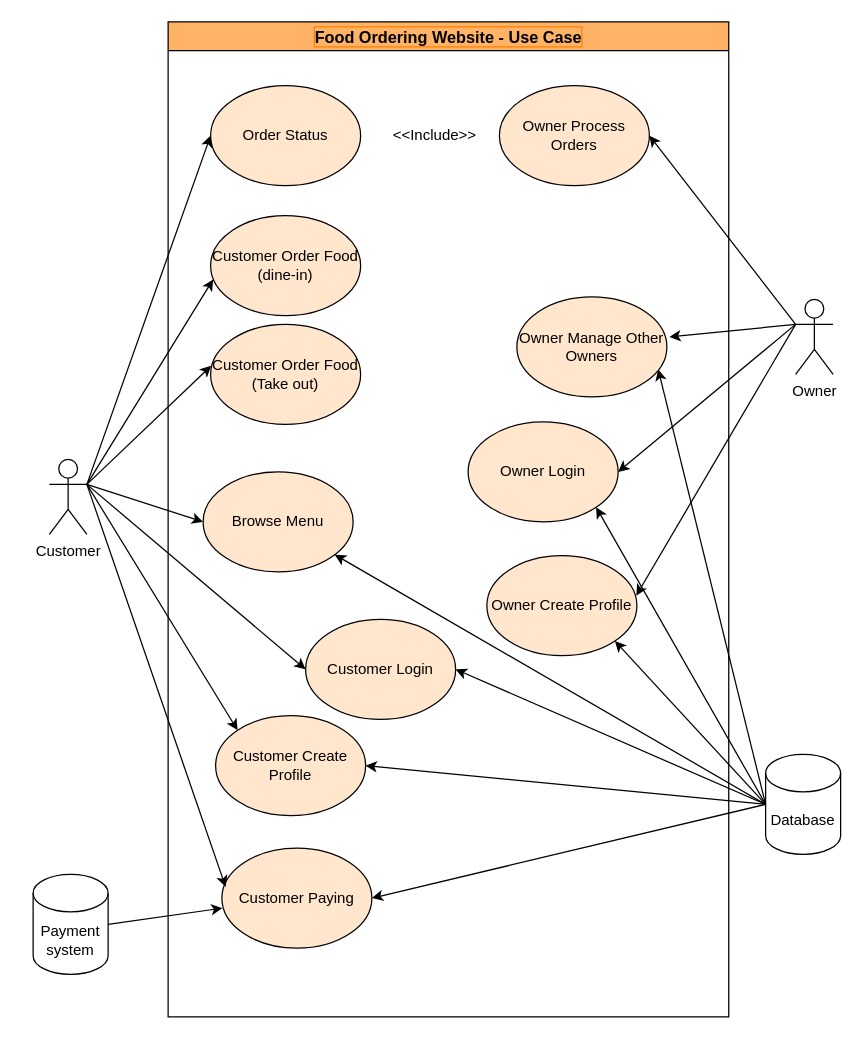
This is diagrams/Use Case diagram.drawio from Deep12345qe/Restauraunt-Website, a draw.io file, before an edit. Source tidied: cells renumbered, new cells numbered last; positions are measured from the earlier drawing's top-left corner, leaving out a move shared by most shapes. Both pictures are drawn from the tidied source at 125%, with x=0, y=0 at pixel (32, 21).
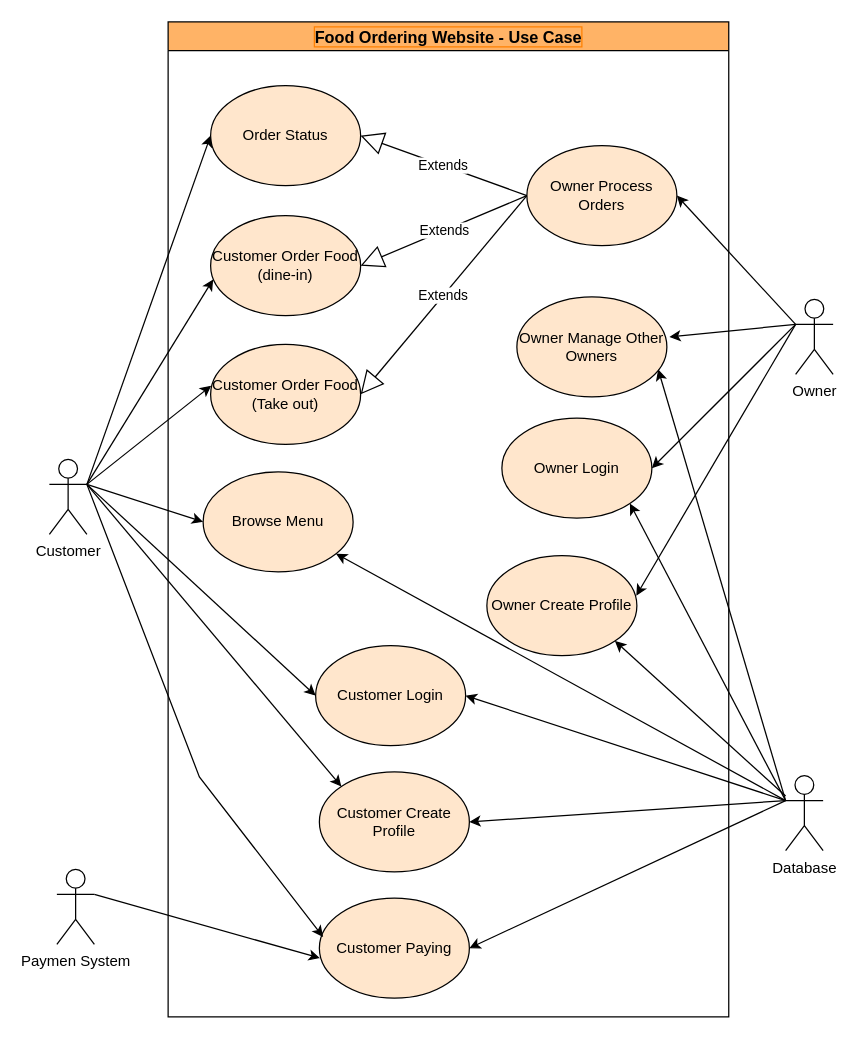
After the change.

The change refers to these unchanged cells:
```xml
<mxCell id="2" value="Customer" style="shape=umlActor;verticalLabelPosition=bottom;verticalAlign=top;outlineConnect=0;html=1;rounded=0;" parent="1" vertex="1">
  <mxGeometry x="13" y="350" width="30" height="60" as="geometry" />
</mxCell>
<mxCell id="9" value="Food Ordering Website - Use Case" style="swimlane;labelBackgroundColor=none;labelBorderColor=#FF8000;strokeColor=default;fontSize=13;fontColor=#000000;fillColor=#FFB366;html=1;" parent="1" vertex="1">
  <mxGeometry x="108" width="448.5" height="796" as="geometry" />
</mxCell>
<mxCell id="11" value="Customer Order Food (dine-in)" style="ellipse;whiteSpace=wrap;html=1;labelBackgroundColor=none;rounded=0;fillColor=#ffe6cc;strokeColor=default;" parent="9" vertex="1">
  <mxGeometry x="34" y="155" width="120" height="80" as="geometry" />
</mxCell>
<mxCell id="16" value="Owner Create Profile" style="ellipse;whiteSpace=wrap;html=1;labelBackgroundColor=none;rounded=0;fillColor=#ffe6cc;strokeColor=default;" parent="9" vertex="1">
  <mxGeometry x="255" y="427" width="120" height="80" as="geometry" />
</mxCell>
<mxCell id="17" value="Owner Manage Other Owners" style="ellipse;whiteSpace=wrap;html=1;labelBackgroundColor=none;rounded=0;fillColor=#ffe6cc;strokeColor=default;" parent="9" vertex="1">
  <mxGeometry x="279" y="220" width="120" height="80" as="geometry" />
</mxCell>
<mxCell id="19" value="Order Status" style="ellipse;whiteSpace=wrap;html=1;labelBackgroundColor=none;rounded=0;fillColor=#ffe6cc;strokeColor=default;" parent="9" vertex="1">
  <mxGeometry x="34" y="51" width="120" height="80" as="geometry" />
</mxCell>
<mxCell id="20" value="Browse Menu" style="ellipse;whiteSpace=wrap;html=1;labelBackgroundColor=none;rounded=0;fillColor=#ffe6cc;strokeColor=default;" parent="9" vertex="1">
  <mxGeometry x="28" y="360" width="120" height="80" as="geometry" />
</mxCell>
```

Change to the diagram source:
```diff
@@
     <mxCell id="10" value="Customer Order Food (Take out)" style="ellipse;whiteSpace=wrap;html=1;labelBackgroundColor=none;rounded=0;fillColor=#ffe6cc;strokeColor=default;" parent="9" vertex="1">
-      <mxGeometry x="34" y="242" width="120" height="80" as="geometry" />
+      <mxGeometry x="34" y="258" width="120" height="80" as="geometry" />
     </mxCell>
@@
     <mxCell id="12" value="Customer Create Profile" style="ellipse;whiteSpace=wrap;html=1;labelBackgroundColor=none;rounded=0;fillColor=#ffe6cc;strokeColor=default;" parent="9" vertex="1">
-      <mxGeometry x="38" y="555" width="120" height="80" as="geometry" />
+      <mxGeometry x="121" y="600" width="120" height="80" as="geometry" />
     </mxCell>
     <mxCell id="13" value="Customer Login" style="ellipse;whiteSpace=wrap;html=1;labelBackgroundColor=none;rounded=0;fillColor=#ffe6cc;strokeColor=default;" parent="9" vertex="1">
-      <mxGeometry x="110" y="478" width="120" height="80" as="geometry" />
+      <mxGeometry x="118" y="499" width="120" height="80" as="geometry" />
     </mxCell>
     <mxCell id="14" value="Customer Paying" style="ellipse;whiteSpace=wrap;html=1;labelBackgroundColor=none;rounded=0;fillColor=#ffe6cc;strokeColor=default;" parent="9" vertex="1">
-      <mxGeometry x="43" y="661" width="120" height="80" as="geometry" />
+      <mxGeometry x="121" y="701" width="120" height="80" as="geometry" />
     </mxCell>
     <mxCell id="15" value="Owner Login" style="ellipse;whiteSpace=wrap;html=1;labelBackgroundColor=none;rounded=0;fillColor=#ffe6cc;strokeColor=default;" parent="9" vertex="1">
-      <mxGeometry x="240" y="320" width="120" height="80" as="geometry" />
+      <mxGeometry x="267" y="317" width="120" height="80" as="geometry" />
     </mxCell>
@@
     <mxCell id="18" value="Owner Process Orders" style="ellipse;whiteSpace=wrap;html=1;labelBackgroundColor=none;rounded=0;fillColor=#ffe6cc;strokeColor=default;" parent="9" vertex="1">
-      <mxGeometry x="265" y="51" width="120" height="80" as="geometry" />
+      <mxGeometry x="287" y="99" width="120" height="80" as="geometry" />
     </mxCell>
@@
-    <mxCell id="21" value="&amp;lt;&amp;lt;Include&amp;gt;&amp;gt;" style="text;html=1;align=center;verticalAlign=middle;strokeColor=none;fillColor=none;rounded=0;" parent="9" vertex="1">
-      <mxGeometry x="168" y="76" width="90" height="30" as="geometry" />
-    </mxCell>
-    <mxCell id="22" value="Database" style="shape=cylinder3;whiteSpace=wrap;html=1;boundedLbl=1;backgroundOutline=1;size=15;" parent="1" vertex="1">
-      <mxGeometry x="586" y="586" width="60" height="80" as="geometry" />
-    </mxCell>
-    <mxCell id="23" value="Payment system" style="shape=cylinder3;whiteSpace=wrap;html=1;boundedLbl=1;backgroundOutline=1;size=15;" parent="1" vertex="1">
-      <mxGeometry y="682" width="60" height="80" as="geometry" />
-    </mxCell>
+    <mxCell id="38" value="Extends" style="endArrow=block;endSize=16;endFill=0;html=1;rounded=0;exitX=0;exitY=0.5;exitDx=0;exitDy=0;entryX=1;entryY=0.5;entryDx=0;entryDy=0;" parent="9" edge="1" source="18" target="19">
+      <mxGeometry relative="1" as="geometry" />
+    </mxCell>
+    <mxCell id="39" value="Extends" style="endArrow=block;endSize=16;endFill=0;html=1;rounded=0;exitX=0;exitY=0.5;exitDx=0;exitDy=0;entryX=1;entryY=0.5;entryDx=0;entryDy=0;" parent="9" edge="1" source="18" target="11">
+      <mxGeometry relative="1" as="geometry" />
+    </mxCell>
+    <mxCell id="40" value="Extends" style="endArrow=block;endSize=16;endFill=0;html=1;rounded=0;exitX=0;exitY=0.5;exitDx=0;exitDy=0;entryX=1;entryY=0.5;entryDx=0;entryDy=0;" parent="9" edge="1" source="18" target="10">
+      <mxGeometry relative="1" as="geometry" />
+    </mxCell>
@@
-    <mxCell id="25" style="endArrow=classic;html=1;rounded=0;exitX=1;exitY=0.5;exitDx=0;exitDy=0;exitPerimeter=0;entryX=0.004;entryY=0.6;entryDx=0;entryDy=0;entryPerimeter=0;" parent="1" edge="1" source="23" target="14">
+    <mxCell id="25" style="endArrow=classic;html=1;rounded=0;exitX=1;exitY=0.3333333333333333;exitDx=0;exitDy=0;exitPerimeter=0;entryX=0.004;entryY=0.6;entryDx=0;entryDy=0;entryPerimeter=0;" parent="1" edge="1" source="41" target="14">
       <mxGeometry relative="1" as="geometry" />
     </mxCell>
@@
     <mxCell id="30" style="endArrow=classic;html=1;rounded=0;entryX=0.025;entryY=0.388;entryDx=0;entryDy=0;exitX=1;exitY=0.3333333333333333;exitDx=0;exitDy=0;exitPerimeter=0;entryPerimeter=0;" parent="1" edge="1" source="2" target="14">
-      <mxGeometry relative="1" as="geometry" />
+      <mxGeometry relative="1" as="geometry">
+        <Array as="points">
+          <mxPoint x="133" y="604" />
+        </Array>
+      </mxGeometry>
     </mxCell>
-    <mxCell id="31" style="endArrow=classic;html=1;rounded=0;exitX=0;exitY=0.5;exitDx=0;exitDy=0;exitPerimeter=0;entryX=1;entryY=0.5;entryDx=0;entryDy=0;" parent="1" edge="1" source="22" target="14">
+    <mxCell id="31" style="endArrow=classic;html=1;rounded=0;exitX=0;exitY=0.3333333333333333;exitDx=0;exitDy=0;exitPerimeter=0;entryX=1;entryY=0.5;entryDx=0;entryDy=0;" parent="1" edge="1" source="22" target="14">
       <mxGeometry relative="1" as="geometry" />
     </mxCell>
-    <mxCell id="32" style="endArrow=classic;html=1;rounded=0;exitX=0;exitY=0.5;exitDx=0;exitDy=0;exitPerimeter=0;" parent="1" edge="1" source="22" target="20">
+    <mxCell id="32" style="endArrow=classic;html=1;rounded=0;exitX=0;exitY=0.3333333333333333;exitDx=0;exitDy=0;exitPerimeter=0;" parent="1" edge="1" source="22" target="20">
       <mxGeometry relative="1" as="geometry" />
     </mxCell>
-    <mxCell id="33" style="endArrow=classic;html=1;rounded=0;exitX=0;exitY=0.5;exitDx=0;exitDy=0;exitPerimeter=0;entryX=1;entryY=0.5;entryDx=0;entryDy=0;" parent="1" edge="1" source="22" target="13">
+    <mxCell id="33" style="endArrow=classic;html=1;rounded=0;exitX=0;exitY=0.3333333333333333;exitDx=0;exitDy=0;exitPerimeter=0;entryX=1;entryY=0.5;entryDx=0;entryDy=0;" parent="1" edge="1" source="22" target="13">
       <mxGeometry relative="1" as="geometry" />
     </mxCell>
-    <mxCell id="34" style="endArrow=classic;html=1;rounded=0;exitX=0;exitY=0.5;exitDx=0;exitDy=0;exitPerimeter=0;entryX=1;entryY=0.5;entryDx=0;entryDy=0;" parent="1" edge="1" source="22" target="12">
+    <mxCell id="34" style="endArrow=classic;html=1;rounded=0;exitX=0;exitY=0.3333333333333333;exitDx=0;exitDy=0;exitPerimeter=0;entryX=1;entryY=0.5;entryDx=0;entryDy=0;" parent="1" edge="1" source="22" target="12">
       <mxGeometry relative="1" as="geometry" />
     </mxCell>
-    <mxCell id="35" style="endArrow=classic;html=1;rounded=0;exitX=0;exitY=0.5;exitDx=0;exitDy=0;exitPerimeter=0;entryX=1;entryY=1;entryDx=0;entryDy=0;" parent="1" edge="1" source="22" target="16">
+    <mxCell id="35" style="endArrow=classic;html=1;rounded=0;entryX=1;entryY=1;entryDx=0;entryDy=0;" parent="1" edge="1" source="22" target="16">
       <mxGeometry relative="1" as="geometry" />
     </mxCell>
-    <mxCell id="36" style="endArrow=classic;html=1;rounded=0;exitX=0;exitY=0.5;exitDx=0;exitDy=0;exitPerimeter=0;entryX=1;entryY=1;entryDx=0;entryDy=0;" parent="1" edge="1" source="22" target="15">
+    <mxCell id="36" style="endArrow=classic;html=1;rounded=0;exitX=0;exitY=0.3333333333333333;exitDx=0;exitDy=0;exitPerimeter=0;entryX=1;entryY=1;entryDx=0;entryDy=0;" parent="1" edge="1" source="22" target="15">
       <mxGeometry relative="1" as="geometry" />
     </mxCell>
-    <mxCell id="37" style="endArrow=classic;html=1;rounded=0;entryX=0.942;entryY=0.725;entryDx=0;entryDy=0;entryPerimeter=0;exitX=0;exitY=0.5;exitDx=0;exitDy=0;exitPerimeter=0;" parent="1" edge="1" source="22" target="17">
+    <mxCell id="37" style="endArrow=classic;html=1;rounded=0;entryX=0.942;entryY=0.725;entryDx=0;entryDy=0;entryPerimeter=0;exitX=0;exitY=0.3333333333333333;exitDx=0;exitDy=0;exitPerimeter=0;" parent="1" edge="1" source="22" target="17">
       <mxGeometry relative="1" as="geometry" />
     </mxCell>
+    <mxCell id="22" value="Database" style="shape=umlActor;verticalLabelPosition=bottom;verticalAlign=top;html=1;" parent="1" vertex="1">
+      <mxGeometry x="602" y="603" width="30" height="60" as="geometry" />
+    </mxCell>
+    <mxCell id="41" value="Paymen System" style="shape=umlActor;verticalLabelPosition=bottom;verticalAlign=top;html=1;" parent="1" vertex="1">
+      <mxGeometry x="19" y="678" width="30" height="60" as="geometry" />
+    </mxCell>
```
